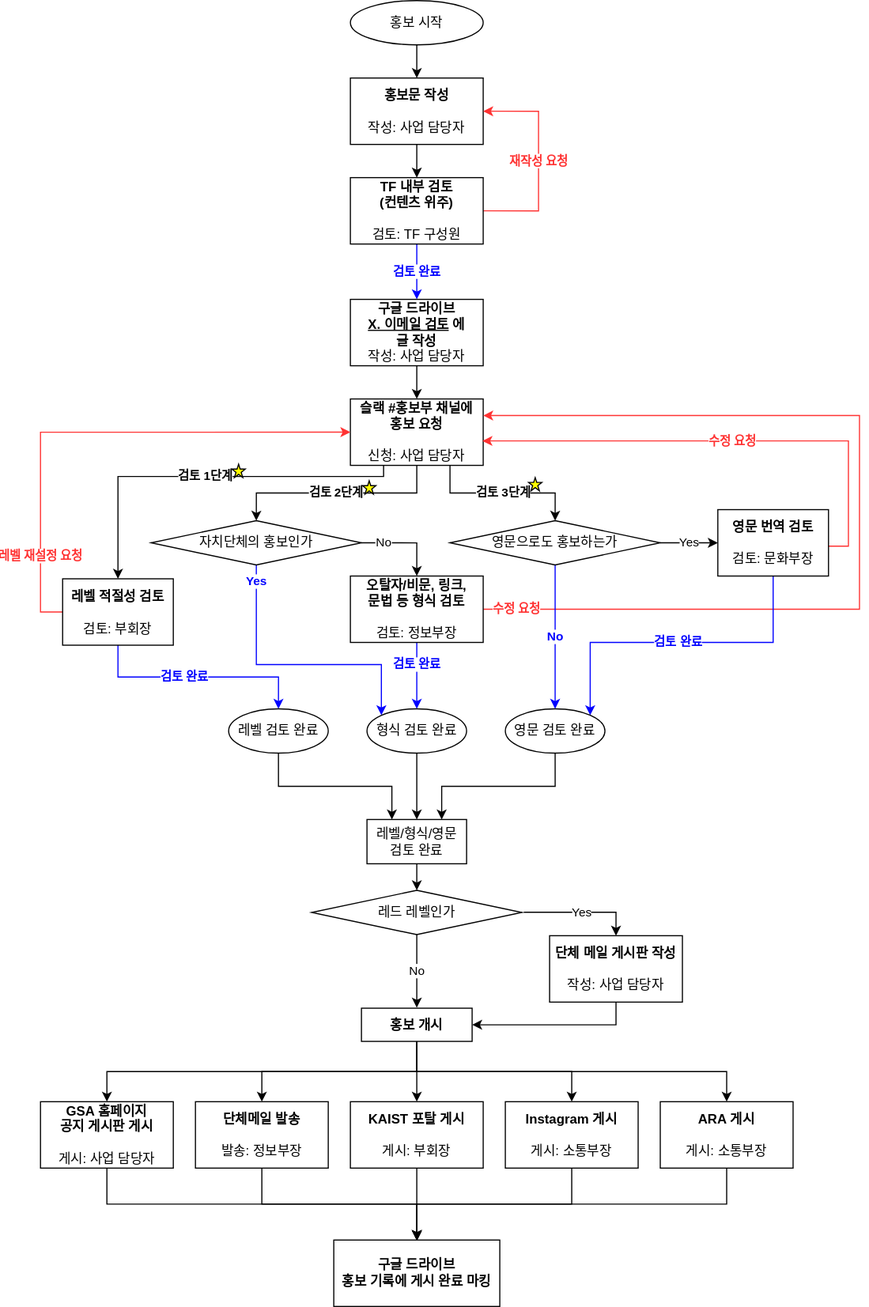
Above: marketing-flow.svg in kaistgsa/marketing-guide (draw.io), before the change. Source tidied: cells renumbered, new cells last; positions are measured from the earlier drawing's top-left corner, leaving out a move shared by most shapes.
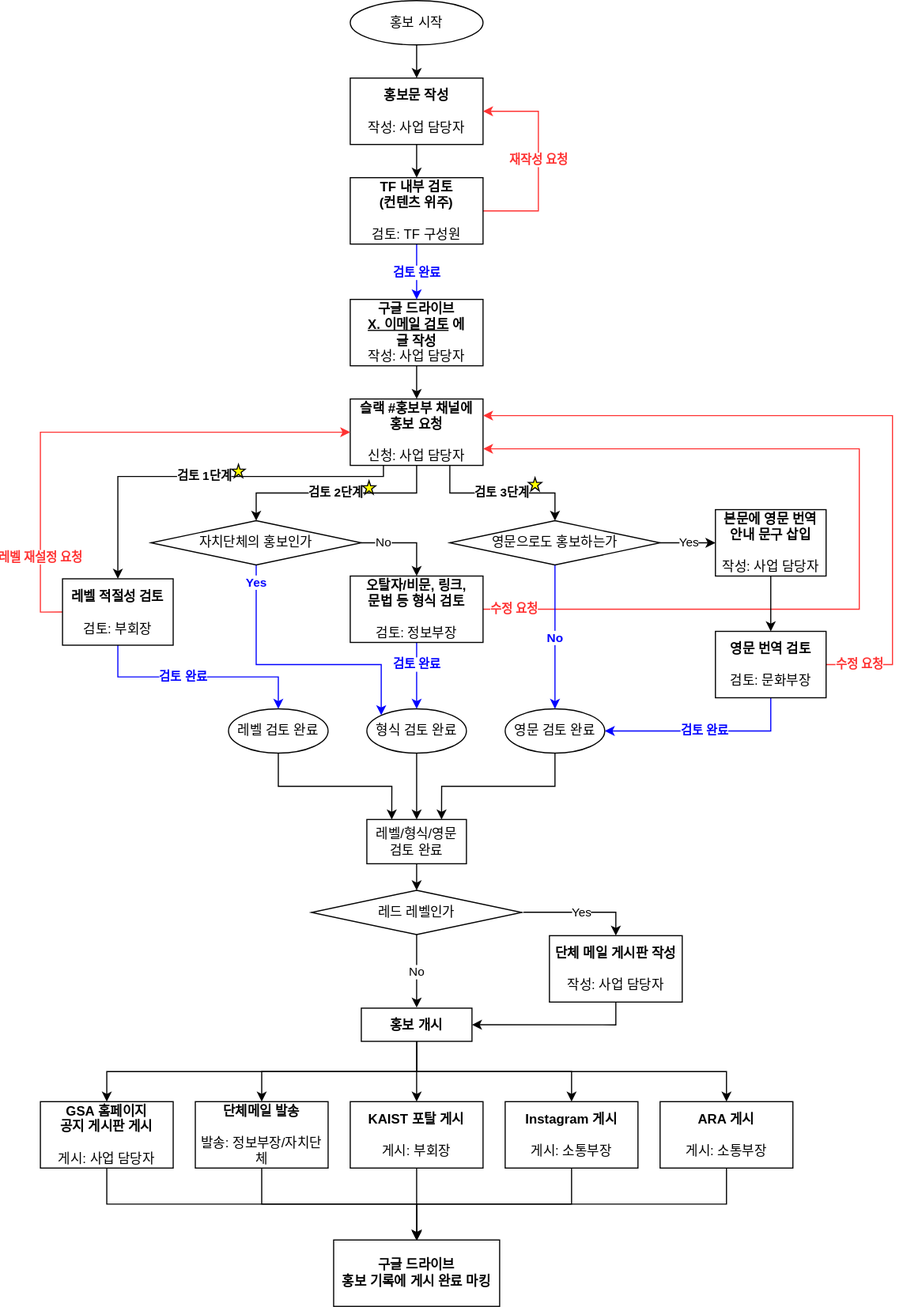
After the change.

Commit message:
영문 번역 시 번역 관련 안내 문구 추가, 자치단체 메일 발송 주체 설정

Change to the diagram source:
```diff
@@ -39,11 +39,11 @@
     <mxCell id="10" value="&lt;b&gt;슬랙 #홍보부 채널에 &lt;br&gt;홍보 요청&lt;/b&gt;&lt;br&gt;&lt;br&gt;신청: 사업 담당자" style="rounded=0;whiteSpace=wrap;html=1;" parent="1" vertex="1">
       <mxGeometry x="280" y="360" width="120" height="60" as="geometry" />
     </mxCell>
-    <mxCell id="11" value="수정 요청" style="edgeStyle=orthogonalEdgeStyle;rounded=0;jettySize=auto;html=1;entryX=1;entryY=0.25;entryDx=0;entryDy=0;exitX=1;exitY=0.5;exitDx=0;exitDy=0;fillColor=#f8cecc;strokeColor=#FF3333;fontColor=#FF3333;fontStyle=1;" parent="1" edge="1" source="13" target="10">
+    <mxCell id="11" value="수정 요청" style="edgeStyle=orthogonalEdgeStyle;rounded=0;jettySize=auto;html=1;exitX=1;exitY=0.5;exitDx=0;exitDy=0;fillColor=#f8cecc;strokeColor=#FF3333;fontColor=#FF3333;fontStyle=1;entryX=1;entryY=0.75;entryDx=0;entryDy=0;" parent="1" edge="1" source="13" target="10">
       <mxGeometry x="-0.93" relative="1" as="geometry">
         <Array as="points">
           <mxPoint x="740" y="550" />
-          <mxPoint x="740" y="375" />
+          <mxPoint x="740" y="405" />
         </Array>
       </mxGeometry>
     </mxCell>
@@ -67,7 +67,7 @@
     <mxCell id="16" style="edgeStyle=orthogonalEdgeStyle;rounded=0;jettySize=auto;html=1;exitX=0.5;exitY=1;exitDx=0;exitDy=0;fontColor=#0000FF;" parent="1" edge="1" source="17" target="59">
       <mxGeometry relative="1" as="geometry" />
     </mxCell>
-    <mxCell id="17" value="&lt;b&gt;단체메일 발송&lt;br&gt;&lt;/b&gt;&lt;br&gt;발송: 정보부장" style="rounded=0;whiteSpace=wrap;html=1;" parent="1" vertex="1">
+    <mxCell id="17" value="&lt;b&gt;단체메일 발송&lt;br&gt;&lt;/b&gt;&lt;br&gt;발송: 정보부장/자치단체" style="rounded=0;whiteSpace=wrap;html=1;" parent="1" vertex="1">
       <mxGeometry x="140" y="995" width="120" height="60" as="geometry" />
     </mxCell>
     <mxCell id="18" style="edgeStyle=orthogonalEdgeStyle;rounded=0;jettySize=auto;html=1;exitX=0.5;exitY=1;exitDx=0;exitDy=0;fontColor=#0000FF;entryX=0.5;entryY=0;entryDx=0;entryDy=0;" parent="1" edge="1" source="19" target="59">
@@ -132,24 +132,22 @@
     <mxCell id="37" value="&lt;b&gt;구글 드라이브 &lt;br&gt;&lt;u&gt;X. 이메일 검토&lt;/u&gt; 에&lt;br&gt;글 작성&lt;/b&gt;&lt;br&gt;작성: 사업 담당자" style="rounded=0;whiteSpace=wrap;html=1;" parent="1" vertex="1">
       <mxGeometry x="280" y="270" width="120" height="60" as="geometry" />
     </mxCell>
-    <mxCell id="38" value="Yes" style="edgeStyle=orthogonalEdgeStyle;rounded=0;jettySize=auto;html=1;entryX=0;entryY=0.5;entryDx=0;entryDy=0;exitX=1;exitY=0.5;exitDx=0;exitDy=0;" parent="1" edge="1" source="43" target="41">
+    <mxCell id="38" value="Yes" style="edgeStyle=orthogonalEdgeStyle;rounded=0;jettySize=auto;html=1;entryX=0;entryY=0.5;entryDx=0;entryDy=0;exitX=1;exitY=0.5;exitDx=0;exitDy=0;" parent="1" edge="1" source="43" target="64">
       <mxGeometry relative="1" as="geometry" />
     </mxCell>
-    <mxCell id="39" value="수정 요청" style="edgeStyle=orthogonalEdgeStyle;rounded=0;jettySize=auto;html=1;entryX=0.994;entryY=0.632;entryDx=0;entryDy=0;entryPerimeter=0;fillColor=#f8cecc;strokeColor=#FF3333;fontColor=#FF3333;fontStyle=1;exitX=1;exitY=0.5;exitDx=0;exitDy=0;" parent="1" edge="1" source="41" target="10">
-      <mxGeometry relative="1" as="geometry">
+    <mxCell id="39" value="수정 요청" style="edgeStyle=orthogonalEdgeStyle;rounded=0;jettySize=auto;html=1;entryX=1;entryY=0.25;entryDx=0;entryDy=0;fillColor=#f8cecc;strokeColor=#FF3333;fontColor=#FF3333;fontStyle=1;exitX=1;exitY=0.5;exitDx=0;exitDy=0;" parent="1" edge="1" source="41" target="10">
+      <mxGeometry x="-0.91" relative="1" as="geometry">
         <Array as="points">
-          <mxPoint x="710" y="490" />
-          <mxPoint x="710" y="493" />
-          <mxPoint x="730" y="493" />
-          <mxPoint x="730" y="398" />
+          <mxPoint x="770" y="600" />
+          <mxPoint x="770" y="375" />
         </Array>
       </mxGeometry>
     </mxCell>
-    <mxCell id="40" value="검토 완료" style="edgeStyle=orthogonalEdgeStyle;rounded=0;jettySize=auto;html=1;exitX=0.5;exitY=1;exitDx=0;exitDy=0;fontColor=#0000FF;strokeColor=#0000FF;fontStyle=1;entryX=1;entryY=0;entryDx=0;entryDy=0;" parent="1" edge="1" source="41" target="54">
+    <mxCell id="40" value="검토 완료" style="edgeStyle=orthogonalEdgeStyle;rounded=0;jettySize=auto;html=1;exitX=0.5;exitY=1;exitDx=0;exitDy=0;fontColor=#0000FF;strokeColor=#0000FF;fontStyle=1;entryX=1;entryY=0.5;entryDx=0;entryDy=0;" parent="1" edge="1" source="41" target="54">
       <mxGeometry relative="1" as="geometry" />
     </mxCell>
     <mxCell id="41" value="&lt;b&gt;영문 번역 검토&lt;br&gt;&lt;/b&gt;&lt;br&gt;검토: 문화부장" style="rounded=0;whiteSpace=wrap;html=1;" parent="1" vertex="1">
-      <mxGeometry x="612" y="460" width="100" height="60" as="geometry" />
+      <mxGeometry x="610" y="570" width="100" height="60" as="geometry" />
     </mxCell>
     <mxCell id="42" value="No" style="edgeStyle=orthogonalEdgeStyle;rounded=0;jettySize=auto;html=1;exitX=0.5;exitY=1;exitDx=0;exitDy=0;fontColor=#0000FF;strokeColor=#0000FF;fontStyle=1;" parent="1" edge="1" source="43" target="54">
       <mxGeometry relative="1" as="geometry" />
@@ -225,5 +223,11 @@
     <mxCell id="62" style="verticalLabelPosition=bottom;verticalAlign=top;html=1;shape=mxgraph.basic.star;fillColor=#FFFF00;" parent="1" vertex="1">
       <mxGeometry x="173" y="419" width="12" height="12" as="geometry" />
     </mxCell>
+    <mxCell id="63" style="edgeStyle=orthogonalEdgeStyle;rounded=0;jettySize=auto;html=1;exitX=0.5;exitY=1;exitDx=0;exitDy=0;entryX=0.5;entryY=0;entryDx=0;entryDy=0;" parent="1" edge="1" source="64" target="41">
+      <mxGeometry relative="1" as="geometry" />
+    </mxCell>
+    <mxCell id="64" value="&lt;b&gt;본문에 영문 번역 &lt;br&gt;안내 문구 삽입&lt;/b&gt;&lt;br&gt;&lt;br&gt;작성: 사업 담당자" style="rounded=0;whiteSpace=wrap;html=1;" parent="1" vertex="1">
+      <mxGeometry x="610" y="460" width="100" height="60" as="geometry" />
+    </mxCell>
   </root>
 </mxGraphModel>
```
